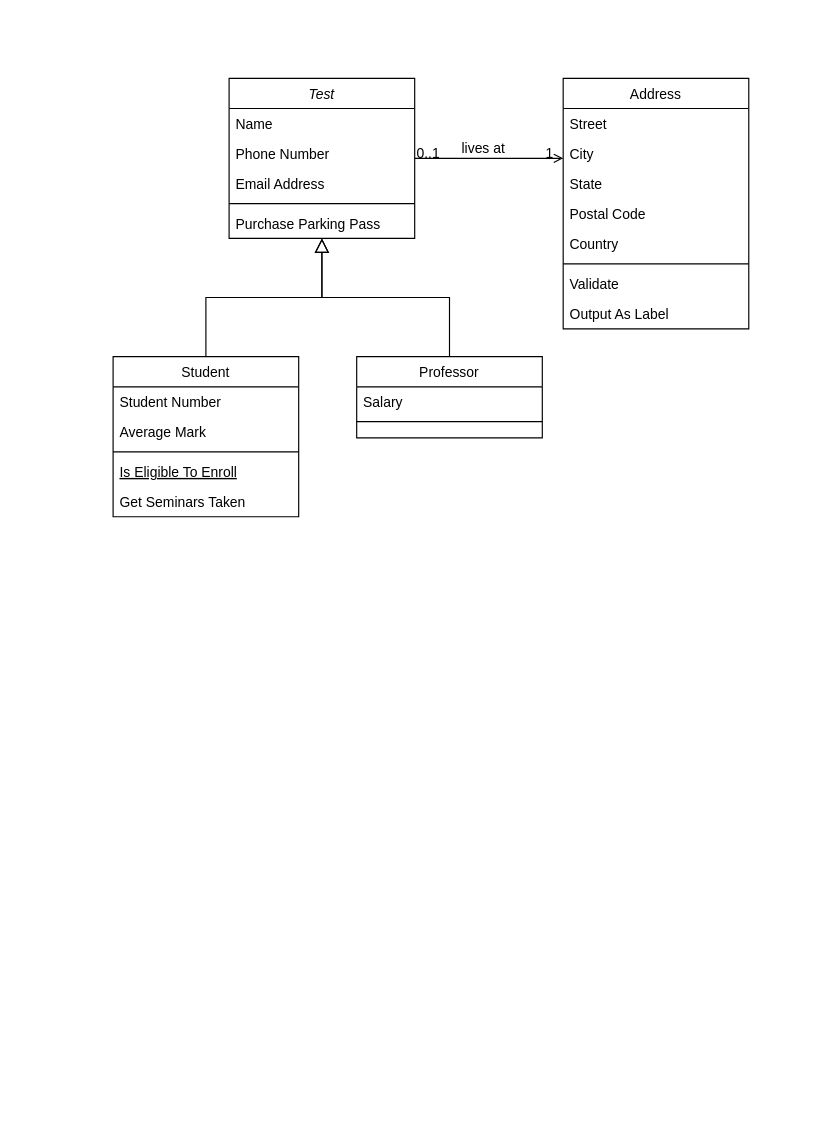
Earlier version of the draw.io diagram Assets/UML Diagram.drawio (Astrophsica/AlienAttack). Source tidied: cells renumbered, new cells numbered last; positions are measured from the earlier drawing's top-left corner, leaving out a move shared by most shapes. Both pictures are drawn from the tidied source at 116%, with x=0, y=0 at pixel (113, 78).
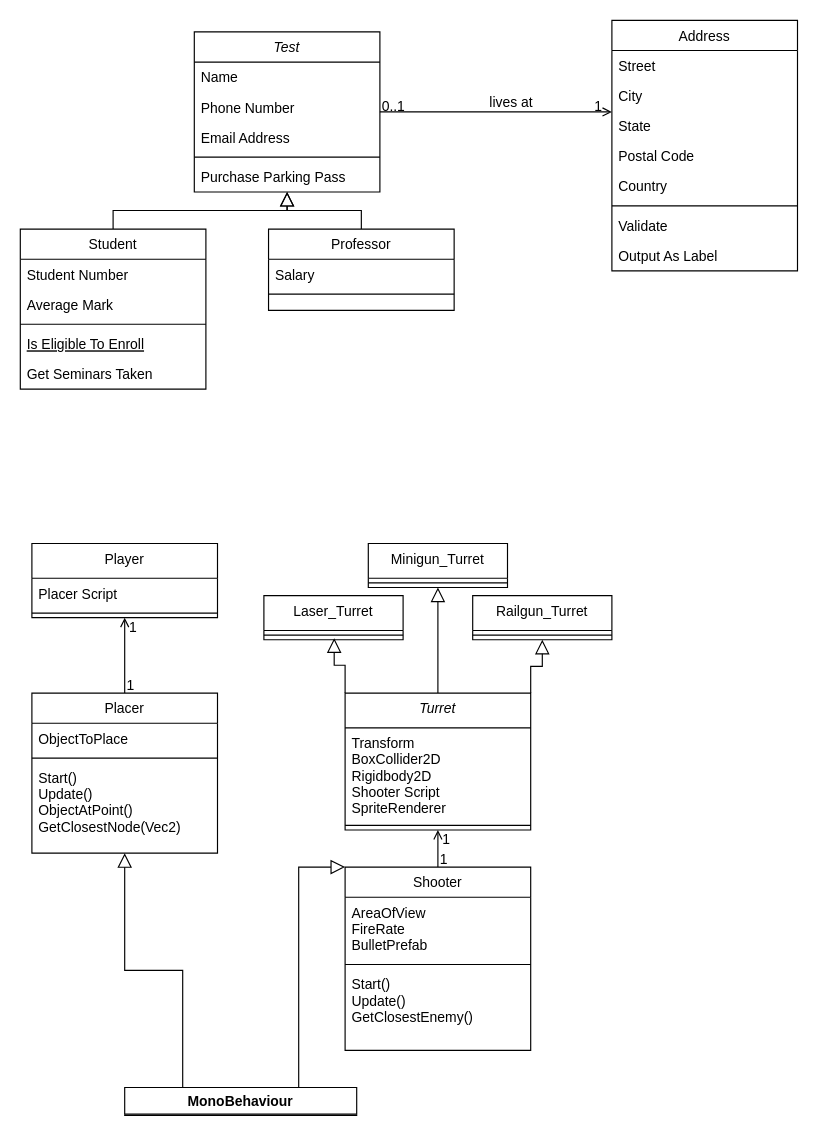
After the change.

The edit, as a diff of the source:
```diff
@@
     <mxCell id="2" value="Test" style="swimlane;fontStyle=2;align=center;verticalAlign=top;horizontal=1;startSize=26;rounded=0;shadow=0;strokeWidth=1;" parent="1" vertex="1">
-      <mxGeometry x="100" width="160" height="138" as="geometry" />
+      <mxGeometry x="70" y="-40" width="160" height="138" as="geometry" />
     </mxCell>
@@
     <mxCell id="8" value="Student" style="swimlane;fontStyle=0;align=center;verticalAlign=top;horizontal=1;startSize=26;rounded=0;shadow=0;strokeWidth=1;" parent="1" vertex="1">
-      <mxGeometry y="240" width="160" height="138" as="geometry" />
+      <mxGeometry x="-80" y="130" width="160" height="138" as="geometry" />
     </mxCell>
@@
     <mxCell id="15" value="Professor" style="swimlane;fontStyle=0;align=center;verticalAlign=top;horizontal=1;startSize=26;rounded=0;shadow=0;strokeWidth=1;" parent="1" vertex="1">
-      <mxGeometry x="210" y="240" width="160" height="70" as="geometry" />
+      <mxGeometry x="134" y="130" width="160" height="70" as="geometry" />
     </mxCell>
@@
     <mxCell id="19" value="Address" style="swimlane;fontStyle=0;align=center;verticalAlign=top;horizontal=1;startSize=26;rounded=0;shadow=0;strokeWidth=1;" parent="1" vertex="1">
-      <mxGeometry x="388" width="160" height="216" as="geometry" />
+      <mxGeometry x="430" y="-50" width="160" height="216" as="geometry" />
     </mxCell>
@@
+    <mxCell id="32" value="Player" style="swimlane;fontStyle=0;align=center;verticalAlign=top;horizontal=1;startSize=30;rounded=0;shadow=0;strokeWidth=1;" parent="1" vertex="1">
+      <mxGeometry x="-70" y="401" width="160" height="64" as="geometry" />
+    </mxCell>
+    <mxCell id="33" value="Placer Script&#10;" style="text;align=left;verticalAlign=top;spacingLeft=4;spacingRight=4;overflow=hidden;rounded=0;shadow=0;html=0;" parent="32" vertex="1">
+      <mxGeometry y="30" width="160" height="26" as="geometry" />
+    </mxCell>
+    <mxCell id="34" style="line;html=1;strokeWidth=1;align=left;verticalAlign=middle;spacingTop=-1;spacingLeft=3;spacingRight=3;labelPosition=right;" parent="32" vertex="1">
+      <mxGeometry y="56" width="160" height="8" as="geometry" />
+    </mxCell>
+    <mxCell id="35" value="Placer" style="swimlane;fontStyle=0;align=center;verticalAlign=top;horizontal=1;startSize=26;rounded=0;shadow=0;strokeWidth=1;" parent="1" vertex="1">
+      <mxGeometry x="-70" y="530" width="160" height="138" as="geometry" />
+    </mxCell>
+    <mxCell id="36" value="ObjectToPlace" style="text;align=left;verticalAlign=top;spacingLeft=4;spacingRight=4;overflow=hidden;" parent="35" vertex="1">
+      <mxGeometry y="26" width="160" height="26" as="geometry" />
+    </mxCell>
+    <mxCell id="37" style="line;html=1;strokeWidth=1;align=left;verticalAlign=middle;spacingTop=-1;spacingLeft=3;spacingRight=3;labelPosition=right;" parent="35" vertex="1">
+      <mxGeometry y="52" width="160" height="8" as="geometry" />
+    </mxCell>
+    <mxCell id="38" value="Start()&#10;Update()&#10;ObjectAtPoint()&#10;GetClosestNode(Vec2)" style="text;align=left;verticalAlign=top;spacingLeft=4;spacingRight=4;overflow=hidden;" parent="35" vertex="1">
+      <mxGeometry y="60" width="160" height="70" as="geometry" />
+    </mxCell>
+    <mxCell id="39" style="endArrow=open;shadow=0;strokeWidth=1;rounded=0;endFill=1;edgeStyle=elbowEdgeStyle;elbow=vertical;exitX=0.5;exitY=0;exitDx=0;exitDy=0;entryX=0.5;entryY=1;entryDx=0;entryDy=0;" parent="1" edge="1" source="35" target="32">
+      <mxGeometry x="0.5" y="41" relative="1" as="geometry">
+        <mxPoint x="-40" y="32" as="offset" />
+      </mxGeometry>
+    </mxCell>
+    <mxCell id="40" value="1" style="align=left;verticalAlign=bottom;labelBackgroundColor=none;fontSize=12;" parent="39" vertex="1">
+      <mxGeometry x="-1" relative="1" as="geometry">
+        <mxPoint y="2" as="offset" />
+      </mxGeometry>
+    </mxCell>
+    <mxCell id="41" value="1" style="align=right;verticalAlign=bottom;labelBackgroundColor=none;fontSize=12;" parent="39" vertex="1">
+      <mxGeometry x="1" relative="1" as="geometry">
+        <mxPoint x="12" y="17" as="offset" />
+      </mxGeometry>
+    </mxCell>
+    <mxCell id="42" value="MonoBehaviour" style="swimlane;" parent="1" vertex="1">
+      <mxGeometry x="10" y="870" width="200" height="24" as="geometry" />
+    </mxCell>
+    <mxCell id="43" value="Turret" style="swimlane;fontStyle=2;align=center;verticalAlign=top;horizontal=1;startSize=30;rounded=0;shadow=0;strokeWidth=1;" parent="1" vertex="1">
+      <mxGeometry x="200" y="530" width="160" height="118" as="geometry" />
+    </mxCell>
+    <mxCell id="44" value="Transform&#10;BoxCollider2D&#10;Rigidbody2D&#10;Shooter Script&#10;SpriteRenderer" style="text;align=left;verticalAlign=top;spacingLeft=4;spacingRight=4;overflow=hidden;rounded=0;shadow=0;html=0;" parent="43" vertex="1">
+      <mxGeometry y="30" width="160" height="80" as="geometry" />
+    </mxCell>
+    <mxCell id="45" style="line;html=1;strokeWidth=1;align=left;verticalAlign=middle;spacingTop=-1;spacingLeft=3;spacingRight=3;labelPosition=right;" parent="43" vertex="1">
+      <mxGeometry y="110" width="160" height="8" as="geometry" />
+    </mxCell>
+    <mxCell id="46" value="Laser_Turret" style="swimlane;fontStyle=0;align=center;verticalAlign=top;horizontal=1;startSize=30;rounded=0;shadow=0;strokeWidth=1;" parent="1" vertex="1">
+      <mxGeometry x="130" y="446" width="120" height="38" as="geometry" />
+    </mxCell>
+    <mxCell id="47" style="line;html=1;strokeWidth=1;align=left;verticalAlign=middle;spacingTop=-1;spacingLeft=3;spacingRight=3;labelPosition=right;points=[];portConstraint=eastwest;" parent="46" vertex="1">
+      <mxGeometry y="30" width="120" height="8" as="geometry" />
+    </mxCell>
+    <mxCell id="48" value="Minigun_Turret" style="swimlane;fontStyle=0;align=center;verticalAlign=top;horizontal=1;startSize=30;rounded=0;shadow=0;strokeWidth=1;" parent="1" vertex="1">
+      <mxGeometry x="220" y="401" width="120" height="38" as="geometry" />
+    </mxCell>
+    <mxCell id="49" style="line;html=1;strokeWidth=1;align=left;verticalAlign=middle;spacingTop=-1;spacingLeft=3;spacingRight=3;labelPosition=right;" parent="48" vertex="1">
+      <mxGeometry y="30" width="120" height="8" as="geometry" />
+    </mxCell>
+    <mxCell id="50" value="Railgun_Turret" style="swimlane;fontStyle=0;align=center;verticalAlign=top;horizontal=1;startSize=30;rounded=0;shadow=0;strokeWidth=1;" parent="1" vertex="1">
+      <mxGeometry x="310" y="446" width="120" height="38" as="geometry" />
+    </mxCell>
+    <mxCell id="51" style="line;html=1;strokeWidth=1;align=left;verticalAlign=middle;spacingTop=-1;spacingLeft=3;spacingRight=3;labelPosition=right;" parent="50" vertex="1">
+      <mxGeometry y="30" width="120" height="8" as="geometry" />
+    </mxCell>
+    <mxCell id="52" value="Shooter" style="swimlane;fontStyle=0;align=center;verticalAlign=top;horizontal=1;startSize=26;rounded=0;shadow=0;strokeWidth=1;" parent="1" vertex="1">
+      <mxGeometry x="200" y="680" width="160" height="158" as="geometry" />
+    </mxCell>
+    <mxCell id="53" value="AreaOfView&#10;FireRate&#10;BulletPrefab" style="text;align=left;verticalAlign=top;spacingLeft=4;spacingRight=4;overflow=hidden;" parent="52" vertex="1">
+      <mxGeometry y="26" width="160" height="54" as="geometry" />
+    </mxCell>
+    <mxCell id="54" style="line;html=1;strokeWidth=1;align=left;verticalAlign=middle;spacingTop=-1;spacingLeft=3;spacingRight=3;labelPosition=right;" parent="52" vertex="1">
+      <mxGeometry y="80" width="160" height="8" as="geometry" />
+    </mxCell>
+    <mxCell id="55" value="Start()&#10;Update()&#10;GetClosestEnemy()" style="text;align=left;verticalAlign=top;spacingLeft=4;spacingRight=4;overflow=hidden;" parent="52" vertex="1">
+      <mxGeometry y="88" width="160" height="70" as="geometry" />
+    </mxCell>
+    <mxCell id="56" style="endArrow=open;shadow=0;strokeWidth=1;rounded=0;endFill=1;edgeStyle=elbowEdgeStyle;elbow=vertical;exitX=0.5;exitY=0;exitDx=0;exitDy=0;entryX=0.5;entryY=1;entryDx=0;entryDy=0;" parent="1" edge="1" source="52" target="43">
+      <mxGeometry x="0.5" y="41" relative="1" as="geometry">
+        <mxPoint x="-40" y="32" as="offset" />
+      </mxGeometry>
+    </mxCell>
+    <mxCell id="57" value="1" style="align=left;verticalAlign=bottom;labelBackgroundColor=none;fontSize=12;" parent="56" vertex="1">
+      <mxGeometry x="-1" relative="1" as="geometry">
+        <mxPoint y="2" as="offset" />
+      </mxGeometry>
+    </mxCell>
+    <mxCell id="58" value="1" style="align=right;verticalAlign=bottom;labelBackgroundColor=none;fontSize=12;" parent="56" vertex="1">
+      <mxGeometry x="1" relative="1" as="geometry">
+        <mxPoint x="12" y="17" as="offset" />
+      </mxGeometry>
+    </mxCell>
+    <mxCell id="59" style="endArrow=block;endSize=10;endFill=0;shadow=0;strokeWidth=1;rounded=0;edgeStyle=elbowEdgeStyle;elbow=vertical;entryX=0.5;entryY=1;entryDx=0;entryDy=0;exitX=1;exitY=0;exitDx=0;exitDy=0;" parent="1" edge="1" source="43" target="50">
+      <mxGeometry relative="1" as="geometry" />
+    </mxCell>
+    <mxCell id="60" style="endArrow=block;endSize=10;endFill=0;shadow=0;strokeWidth=1;rounded=0;edgeStyle=elbowEdgeStyle;elbow=vertical;entryX=0.505;entryY=0.839;entryDx=0;entryDy=0;entryPerimeter=0;exitX=0;exitY=0;exitDx=0;exitDy=0;" parent="1" edge="1" source="43" target="47">
+      <mxGeometry relative="1" as="geometry" />
+    </mxCell>
+    <mxCell id="61" style="endArrow=block;endSize=10;endFill=0;shadow=0;strokeWidth=1;rounded=0;edgeStyle=elbowEdgeStyle;elbow=vertical;entryX=0.5;entryY=1;entryDx=0;entryDy=0;exitX=0.5;exitY=0;exitDx=0;exitDy=0;" parent="1" edge="1" source="43" target="48">
+      <mxGeometry relative="1" as="geometry" />
+    </mxCell>
+    <mxCell id="62" style="endArrow=block;endSize=10;endFill=0;shadow=0;strokeWidth=1;rounded=0;edgeStyle=elbowEdgeStyle;elbow=vertical;entryX=0;entryY=0;entryDx=0;entryDy=0;exitX=0.75;exitY=0;exitDx=0;exitDy=0;" parent="1" edge="1" source="42" target="52">
+      <mxGeometry relative="1" as="geometry">
+        <Array as="points">
+          <mxPoint x="180" y="680" />
+          <mxPoint x="160" y="760" />
+        </Array>
+      </mxGeometry>
+    </mxCell>
+    <mxCell id="63" style="endArrow=block;endSize=10;endFill=0;shadow=0;strokeWidth=1;rounded=0;edgeStyle=elbowEdgeStyle;elbow=vertical;entryX=0.5;entryY=1;entryDx=0;entryDy=0;exitX=0.25;exitY=0;exitDx=0;exitDy=0;" parent="1" edge="1" source="42" target="35">
+      <mxGeometry relative="1" as="geometry" />
+    </mxCell>
```
